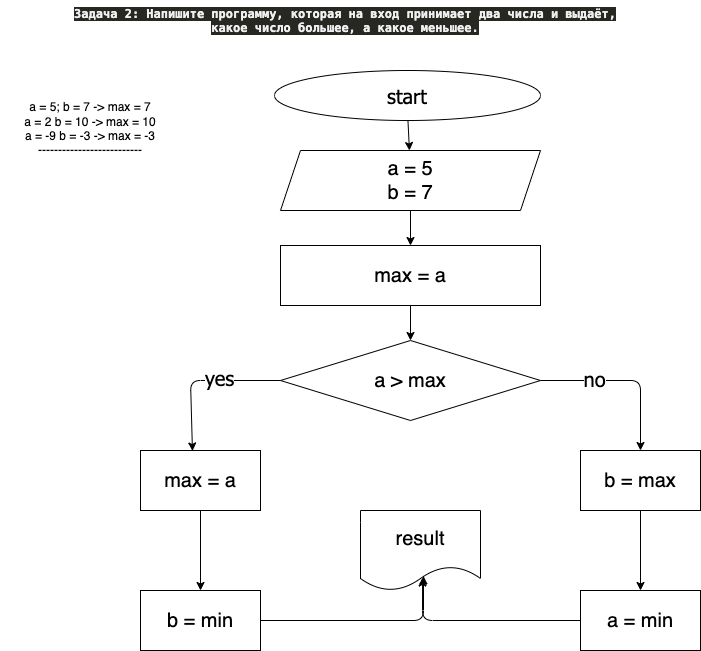
Earlier version of the draw.io export homework/task002/diagram.drawio.png (SergeyION/homework). Source tidied: cells renumbered, new cells last; positions are measured from the earlier drawing's top-left corner, leaving out a move shared by most shapes.
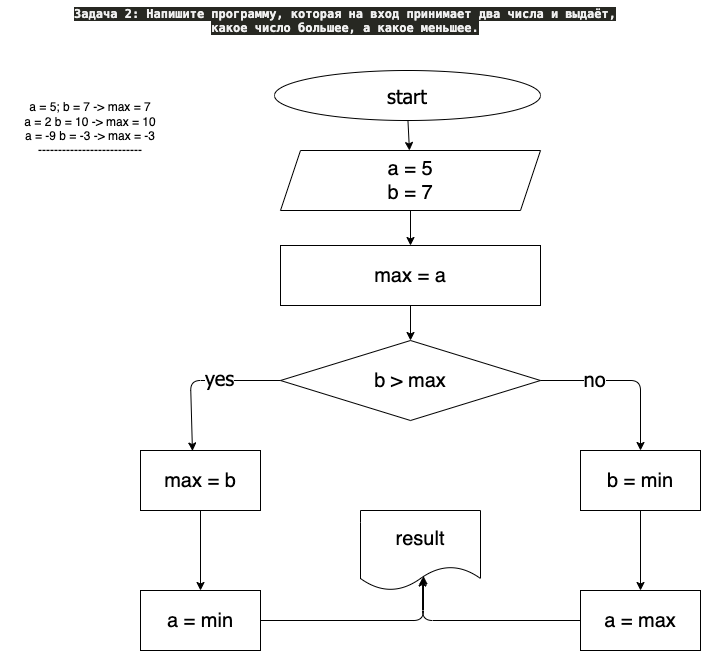
Above is the later version.

Commit message:
Окончательное решение

What changed in the source:
```diff
@@ -50,19 +50,19 @@
         <mxPoint y="-4" as="offset" />
       </mxGeometry>
     </mxCell>
-    <mxCell id="14" value="a &amp;gt; max" style="rhombus;whiteSpace=wrap;html=1;fillColor=none;fontSize=20;" parent="1" vertex="1">
+    <mxCell id="14" value="b &amp;gt; max" style="rhombus;whiteSpace=wrap;html=1;fillColor=none;fontSize=20;" parent="1" vertex="1">
       <mxGeometry x="280" y="340" width="260" height="80" as="geometry" />
     </mxCell>
     <mxCell id="15" style="edgeStyle=none;html=1;fontFamily=Tahoma;fontSize=20;" parent="1" edge="1" source="16" target="20">
       <mxGeometry relative="1" as="geometry" />
     </mxCell>
-    <mxCell id="16" value="max = a" style="whiteSpace=wrap;html=1;fillColor=none;fontSize=20;" parent="1" vertex="1">
+    <mxCell id="16" value="max = b" style="whiteSpace=wrap;html=1;fillColor=none;fontSize=20;" parent="1" vertex="1">
       <mxGeometry x="140" y="450" width="120" height="60" as="geometry" />
     </mxCell>
     <mxCell id="17" style="edgeStyle=none;html=1;fontFamily=Tahoma;fontSize=20;" parent="1" edge="1" source="18" target="22">
       <mxGeometry relative="1" as="geometry" />
     </mxCell>
-    <mxCell id="18" value="b = max" style="whiteSpace=wrap;html=1;fontSize=20;fillColor=none;" parent="1" vertex="1">
+    <mxCell id="18" value="b = min" style="whiteSpace=wrap;html=1;fontSize=20;fillColor=none;" parent="1" vertex="1">
       <mxGeometry x="580" y="450" width="120" height="60" as="geometry" />
     </mxCell>
     <mxCell id="19" style="edgeStyle=none;html=1;fontFamily=Tahoma;fontSize=20;exitX=1;exitY=0.5;exitDx=0;exitDy=0;entryX=0.525;entryY=0.819;entryDx=0;entryDy=0;entryPerimeter=0;" parent="1" edge="1" source="20" target="23">
@@ -72,7 +72,7 @@
         </Array>
       </mxGeometry>
     </mxCell>
-    <mxCell id="20" value="b = min" style="whiteSpace=wrap;html=1;fontSize=20;fillColor=none;" parent="1" vertex="1">
+    <mxCell id="20" value="a = min" style="whiteSpace=wrap;html=1;fontSize=20;fillColor=none;" parent="1" vertex="1">
       <mxGeometry x="140" y="590" width="120" height="60" as="geometry" />
     </mxCell>
     <mxCell id="21" style="edgeStyle=none;html=1;fontFamily=Tahoma;fontSize=20;entryX=0.517;entryY=0.844;entryDx=0;entryDy=0;entryPerimeter=0;exitX=0;exitY=0.5;exitDx=0;exitDy=0;" parent="1" edge="1" source="22" target="23">
@@ -82,7 +82,7 @@
         </Array>
       </mxGeometry>
     </mxCell>
-    <mxCell id="22" value="a = min" style="whiteSpace=wrap;html=1;fontSize=20;fillColor=none;" parent="1" vertex="1">
+    <mxCell id="22" value="a = max" style="whiteSpace=wrap;html=1;fontSize=20;fillColor=none;" parent="1" vertex="1">
       <mxGeometry x="580" y="590" width="120" height="60" as="geometry" />
     </mxCell>
     <mxCell id="23" value="result" style="shape=document;whiteSpace=wrap;html=1;boundedLbl=1;fontSize=20;fillColor=none;" parent="1" vertex="1">
```
